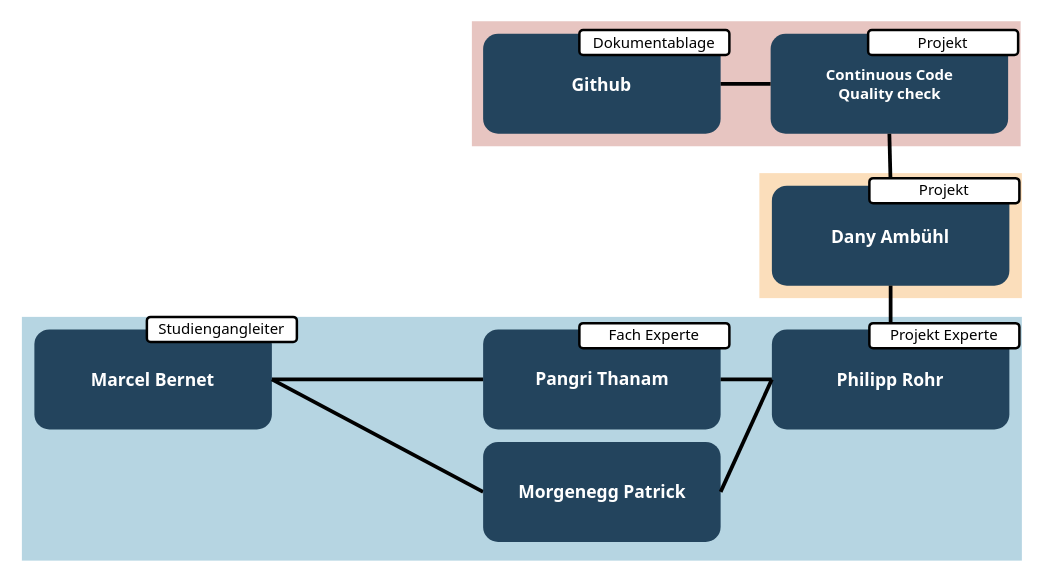
Earlier version of the draw.io diagram docs/img/project_organisation.drawio (danyambuehl/ITCNE23-SEM-Illl). Source tidied: cells renumbered, new cells numbered last; positions are measured from the earlier drawing's top-left corner, leaving out a move shared by most shapes. Both pictures are drawn from the tidied source at 125%, with x=0, y=0 at pixel (21, 20).
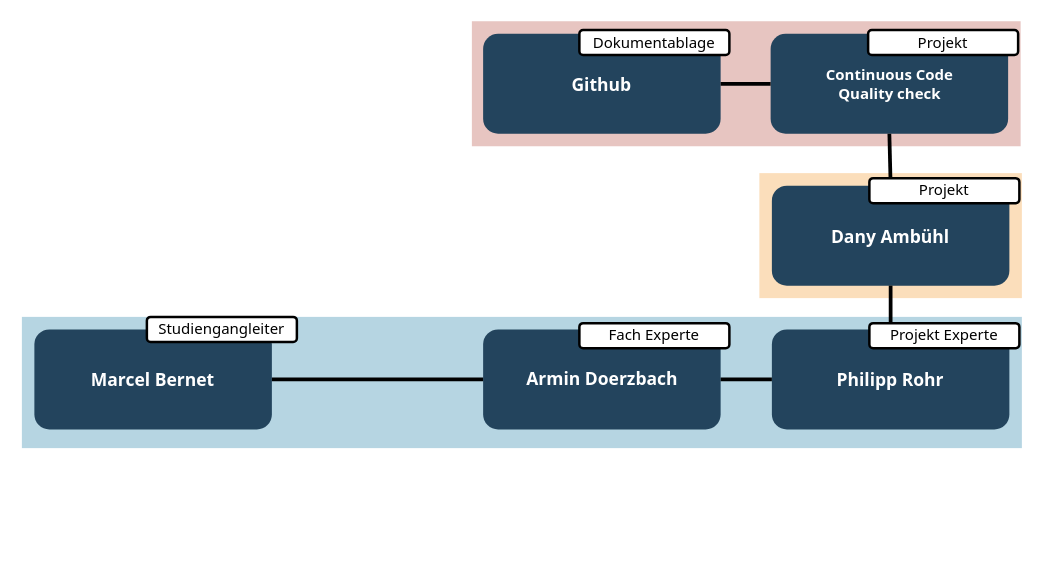
Above is the later version.

The change refers to these unchanged cells:
```xml
<mxCell id="7" value="Philipp Rohr" style="rounded=1;fillColor=#23445D;gradientColor=none;strokeColor=none;fontColor=#FFFFFF;fontStyle=1;fontFamily=Tahoma;fontSize=14;" parent="1" vertex="1">
  <mxGeometry x="600" y="247" width="190" height="80" as="geometry" />
</mxCell>
<mxCell id="10" value="Marcel Bernet" style="rounded=1;fillColor=#23445D;gradientColor=none;strokeColor=none;fontColor=#FFFFFF;fontStyle=1;fontFamily=Tahoma;fontSize=14;" parent="1" vertex="1">
  <mxGeometry x="10" y="247" width="190" height="80" as="geometry" />
</mxCell>
```

Diff of the diagram source:
```diff
@@
     <mxCell id="3" style="fillColor=#10739E;strokeColor=none;opacity=30;" parent="1" vertex="1">
-      <mxGeometry y="237" width="800" height="195" as="geometry" />
+      <mxGeometry y="237" width="800" height="105" as="geometry" />
     </mxCell>
@@
-    <mxCell id="6" value="Pangri Thanam" style="rounded=1;fillColor=#23445D;gradientColor=none;strokeColor=none;fontColor=#FFFFFF;fontStyle=1;fontFamily=Tahoma;fontSize=14;html=1;" parent="1" vertex="1">
+    <mxCell id="6" value="Armin Doerzbach" style="rounded=1;fillColor=#23445D;gradientColor=none;strokeColor=none;fontColor=#FFFFFF;fontStyle=1;fontFamily=Tahoma;fontSize=14;html=1;" parent="1" vertex="1">
       <mxGeometry x="369" y="247" width="190" height="80" as="geometry" />
     </mxCell>
@@
-    <mxCell id="14" style="endArrow=none;html=1;rounded=0;entryX=1;entryY=0.5;entryDx=0;entryDy=0;strokeWidth=3;exitX=0;exitY=0.5;exitDx=0;exitDy=0;startArrow=none;" parent="1" edge="1" source="22" target="10">
-      <mxGeometry relative="1" as="geometry" />
-    </mxCell>
@@
-    <mxCell id="22" value="Morgenegg Patrick" style="rounded=1;fillColor=#23445D;gradientColor=none;strokeColor=none;fontColor=#FFFFFF;fontStyle=1;fontFamily=Tahoma;fontSize=14;html=1;" parent="1" vertex="1">
-      <mxGeometry x="369" y="337" width="190" height="80" as="geometry" />
-    </mxCell>
-    <mxCell id="23" style="endArrow=none;html=1;rounded=0;entryX=1;entryY=0.5;entryDx=0;entryDy=0;strokeWidth=3;exitX=0;exitY=0.5;exitDx=0;exitDy=0;" parent="1" edge="1" source="7" target="22">
-      <mxGeometry relative="1" as="geometry" />
-    </mxCell>
```
